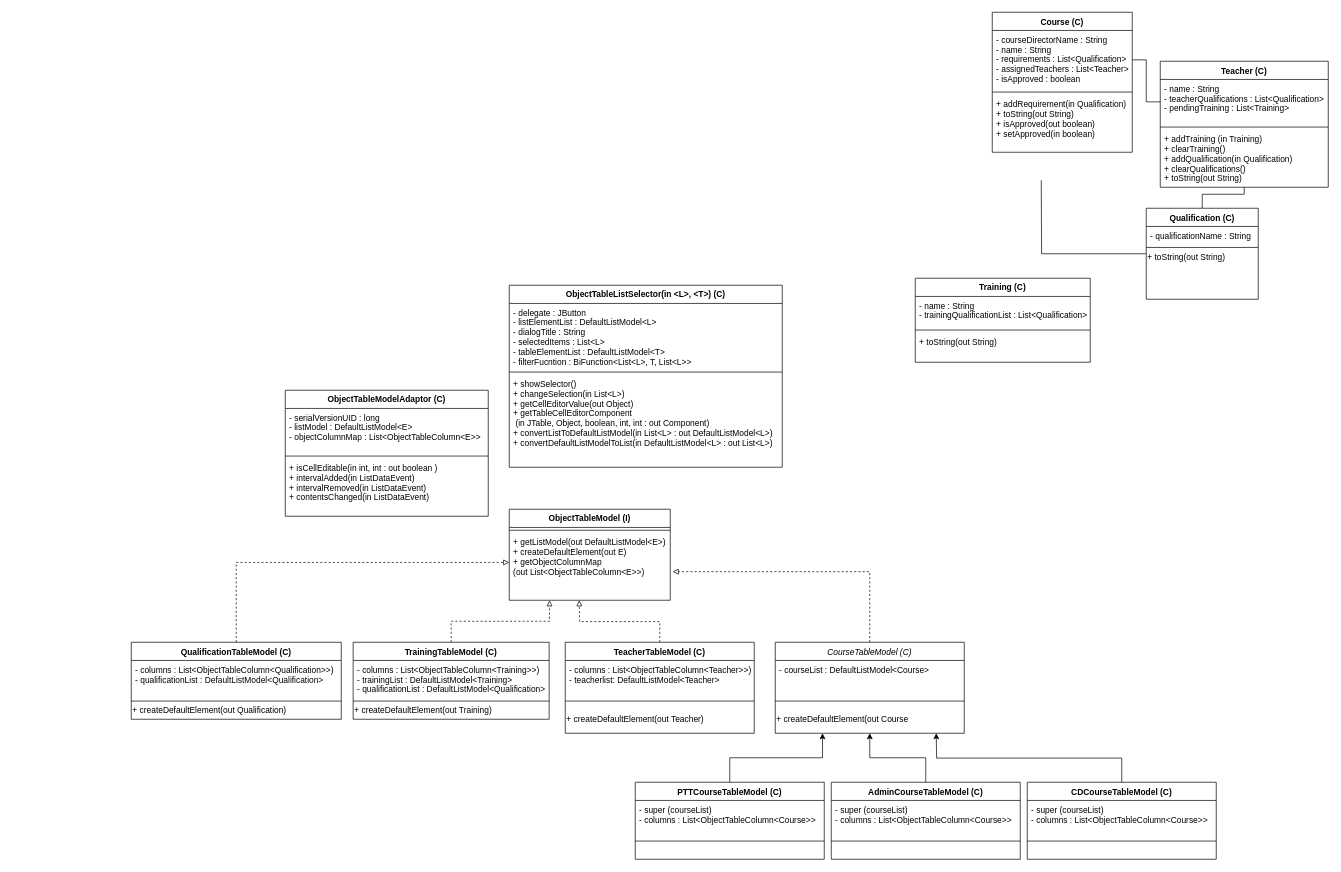
The draw.io diagram documentation/CoreClassesUML.drawio in big-dill/se-group-project, before the edit. Source tidied: cells renumbered, new cells numbered last; positions are measured from the earlier drawing's top-left corner, leaving out a move shared by most shapes. Both pictures are drawn from the tidied source at 70%, with x=0, y=0 at pixel (131, 12).
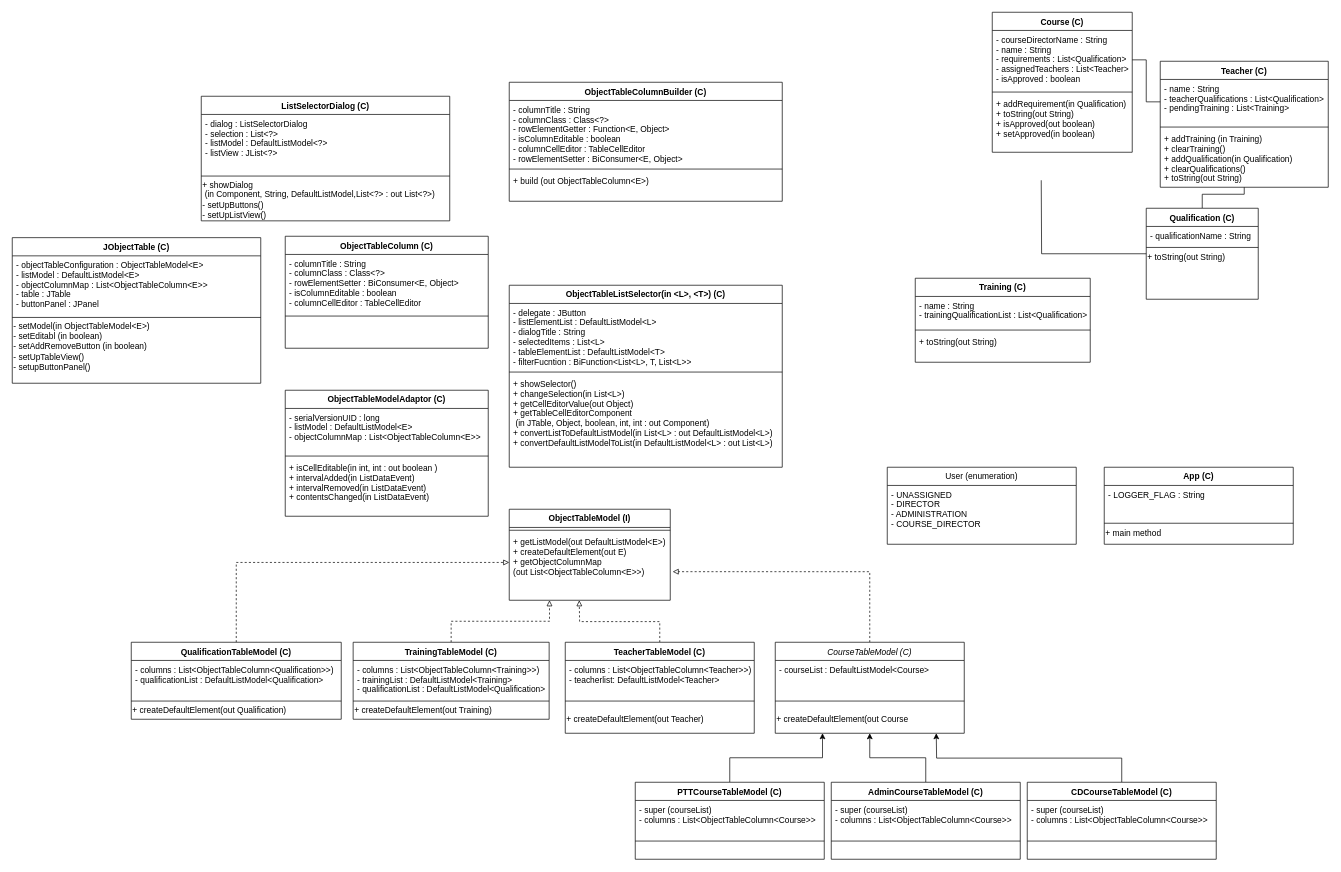
After the change.

Diff of the diagram source:
```diff
@@
+    <mxCell id="66" value="ObjectTableColumn (C)" style="swimlane;fontStyle=1;align=center;verticalAlign=top;horizontal=1;startSize=26;rounded=0;shadow=0;strokeWidth=1;" parent="1" vertex="1">
+      <mxGeometry x="220" y="320" width="290" height="160" as="geometry" />
+    </mxCell>
+    <mxCell id="67" value="- columnTitle : String&#10;- columnClass : Class&lt;?&gt;&#10;- rowElementSetter : BiConsumer&lt;E, Object&gt;&#10;- isColumnEditable : boolean&#10;- columnCellEditor : TableCellEditor" style="text;align=left;verticalAlign=top;spacingLeft=4;spacingRight=4;overflow=hidden;" parent="66" vertex="1">
+      <mxGeometry y="26" width="290" height="84" as="geometry" />
+    </mxCell>
+    <mxCell id="68" style="line;html=1;strokeWidth=1;align=left;verticalAlign=middle;spacingTop=-1;spacingLeft=3;spacingRight=3;labelPosition=right;" parent="66" vertex="1">
+      <mxGeometry y="110" width="290" height="8" as="geometry" />
+    </mxCell>
+    <mxCell id="69" value="ObjectTableColumnBuilder (C)" style="swimlane;fontStyle=1;align=center;verticalAlign=top;horizontal=1;startSize=26;rounded=0;shadow=0;strokeWidth=1;" parent="1" vertex="1">
+      <mxGeometry x="540" y="100" width="390" height="170" as="geometry" />
+    </mxCell>
+    <mxCell id="70" value="- columnTitle : String&#10;- columnClass : Class&lt;?&gt;&#10;- rowElementGetter : Function&lt;E, Object&gt;&#10;- isColumnEditable : boolean&#10;- columnCellEditor : TableCellEditor&#10;- rowElementSetter : BiConsumer&lt;E, Object&gt;" style="text;align=left;verticalAlign=top;spacingLeft=4;spacingRight=4;overflow=hidden;" parent="69" vertex="1">
+      <mxGeometry y="26" width="390" height="94" as="geometry" />
+    </mxCell>
+    <mxCell id="71" style="line;html=1;strokeWidth=1;align=left;verticalAlign=middle;spacingTop=-1;spacingLeft=3;spacingRight=3;labelPosition=right;" parent="69" vertex="1">
+      <mxGeometry y="120" width="390" height="8" as="geometry" />
+    </mxCell>
+    <mxCell id="72" value="+ build (out ObjectTableColumn&lt;E&gt;)" style="text;align=left;verticalAlign=top;spacingLeft=4;spacingRight=4;overflow=hidden;" parent="69" vertex="1">
+      <mxGeometry y="128" width="390" height="32" as="geometry" />
+    </mxCell>
+    <mxCell id="73" value="ListSelectorDialog (C)" style="swimlane;fontStyle=1;align=center;verticalAlign=top;horizontal=1;startSize=26;rounded=0;shadow=0;strokeWidth=1;" parent="1" vertex="1">
+      <mxGeometry x="100" y="120" width="355" height="178" as="geometry" />
+    </mxCell>
+    <mxCell id="74" value="- dialog : ListSelectorDialog&#10;- selection : List&lt;?&gt;&#10;- listModel : DefaultListModel&lt;?&gt;&#10;- listView : JList&lt;?&gt;" style="text;align=left;verticalAlign=top;spacingLeft=4;spacingRight=4;overflow=hidden;" parent="73" vertex="1">
+      <mxGeometry y="26" width="355" height="84" as="geometry" />
+    </mxCell>
+    <mxCell id="75" style="line;html=1;strokeWidth=1;align=left;verticalAlign=middle;spacingTop=-1;spacingLeft=3;spacingRight=3;labelPosition=right;" parent="73" vertex="1">
+      <mxGeometry y="110" width="355" height="8" as="geometry" />
+    </mxCell>
+    <mxCell id="76" value="+ showDialog&lt;br&gt;&amp;nbsp;(in Component, String, DefaultListModel,List&amp;lt;?&amp;gt; : out List&amp;lt;?&amp;gt;)&lt;br&gt;- setUpButtons()&lt;br&gt;- setUpListView()&lt;br&gt;" style="text;html=1;align=left;verticalAlign=middle;" parent="73" vertex="1">
+      <mxGeometry y="118" width="355" height="60" as="geometry" />
+    </mxCell>
+    <mxCell id="77" value="JObjectTable (C)" style="swimlane;fontStyle=1;align=center;verticalAlign=top;horizontal=1;startSize=26;rounded=0;shadow=0;strokeWidth=1;" parent="1" vertex="1">
+      <mxGeometry x="-170" y="322" width="355" height="208" as="geometry" />
+    </mxCell>
+    <mxCell id="78" value="- objectTableConfiguration : ObjectTableModel&lt;E&gt;&#10;- listModel : DefaultListModel&lt;E&gt;&#10;- objectColumnMap : List&lt;ObjectTableColumn&lt;E&gt;&gt;&#10;- table : JTable&#10;- buttonPanel : JPanel" style="text;align=left;verticalAlign=top;spacingLeft=4;spacingRight=4;overflow=hidden;" parent="77" vertex="1">
+      <mxGeometry y="26" width="355" height="84" as="geometry" />
+    </mxCell>
+    <mxCell id="79" style="line;html=1;strokeWidth=1;align=left;verticalAlign=middle;spacingTop=-1;spacingLeft=3;spacingRight=3;labelPosition=right;" parent="77" vertex="1">
+      <mxGeometry y="110" width="355" height="8" as="geometry" />
+    </mxCell>
+    <mxCell id="80" value="- setModel(in ObjectTableModel&amp;lt;E&amp;gt;)&lt;br&gt;- setEditabl (in boolean)&lt;br&gt;- setAddRemoveButton (in boolean)&lt;br&gt;- setUpTableView()&lt;br&gt;- setupButtonPanel()&lt;br&gt;&lt;br&gt;" style="text;html=1;align=left;verticalAlign=middle;" parent="77" vertex="1">
+      <mxGeometry y="118" width="355" height="90" as="geometry" />
+    </mxCell>
+    <mxCell id="81" value="User (enumeration)" style="swimlane;fontStyle=0;align=center;verticalAlign=top;horizontal=1;startSize=26;rounded=0;shadow=0;strokeWidth=1;" parent="1" vertex="1">
+      <mxGeometry x="1080" y="650" width="270" height="110" as="geometry" />
+    </mxCell>
+    <mxCell id="82" value="- UNASSIGNED&#10;- DIRECTOR&#10;- ADMINISTRATION&#10;- COURSE_DIRECTOR" style="text;align=left;verticalAlign=top;spacingLeft=4;spacingRight=4;overflow=hidden;" parent="81" vertex="1">
+      <mxGeometry y="26" width="270" height="84" as="geometry" />
+    </mxCell>
+    <mxCell id="83" value="App (C)" style="swimlane;fontStyle=1;align=center;verticalAlign=top;horizontal=1;startSize=26;rounded=0;shadow=0;strokeWidth=1;" parent="1" vertex="1">
+      <mxGeometry x="1390" y="650" width="270" height="110" as="geometry" />
+    </mxCell>
+    <mxCell id="84" value="- LOGGER_FLAG : String" style="text;align=left;verticalAlign=top;spacingLeft=4;spacingRight=4;overflow=hidden;" parent="83" vertex="1">
+      <mxGeometry y="26" width="270" height="50" as="geometry" />
+    </mxCell>
+    <mxCell id="85" style="line;html=1;strokeWidth=1;align=left;verticalAlign=middle;spacingTop=-1;spacingLeft=3;spacingRight=3;labelPosition=right;" parent="83" vertex="1">
+      <mxGeometry y="76" width="270" height="8" as="geometry" />
+    </mxCell>
+    <mxCell id="86" value="+ main method" style="text;html=1;align=left;verticalAlign=middle;" parent="83" vertex="1">
+      <mxGeometry y="84" width="270" height="20" as="geometry" />
+    </mxCell>
```
